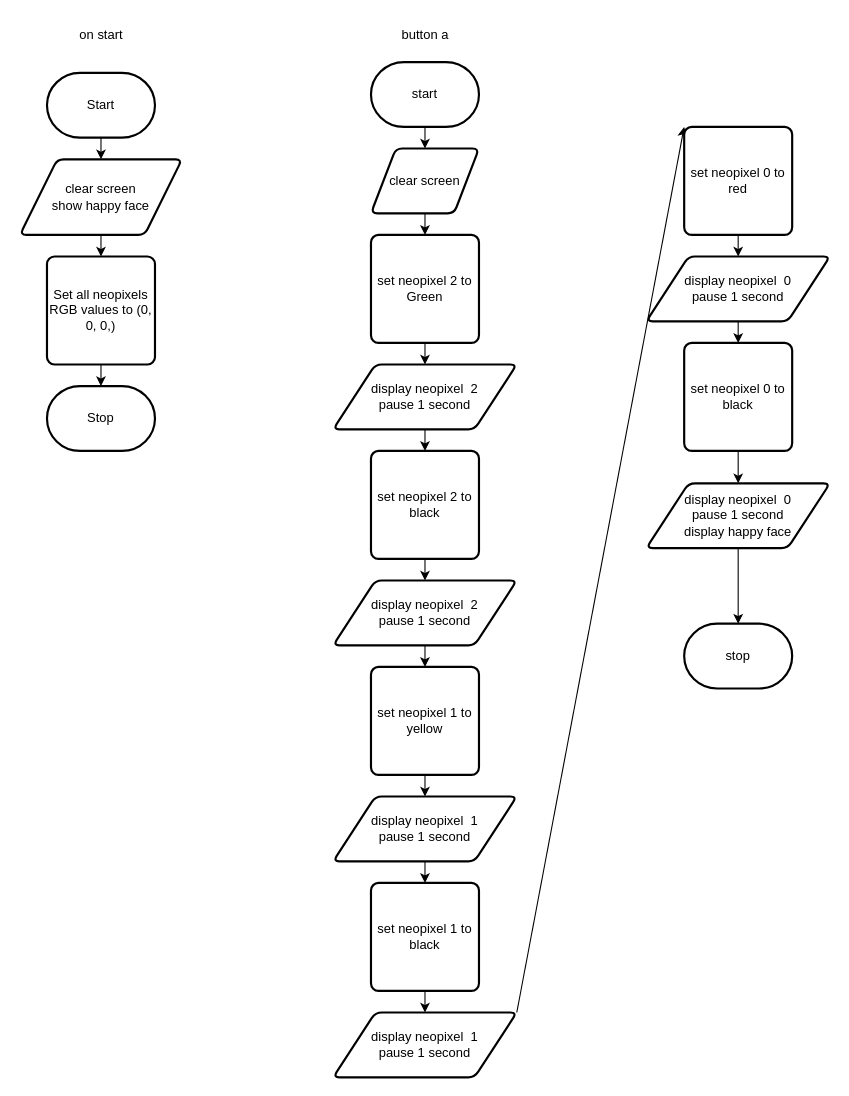
Before: design/flowchart.drawio in MTHS-TEJ2O-1-2023/TEJ2O-Unit-5-05-michael-bruneau, a draw.io diagram. Source tidied: cells renumbered, new cells numbered last; positions are measured from the earlier drawing's top-left corner, leaving out a move shared by most shapes. Both pictures are drawn from the tidied source at 108%, with x=0, y=0 at pixel (19, 18).
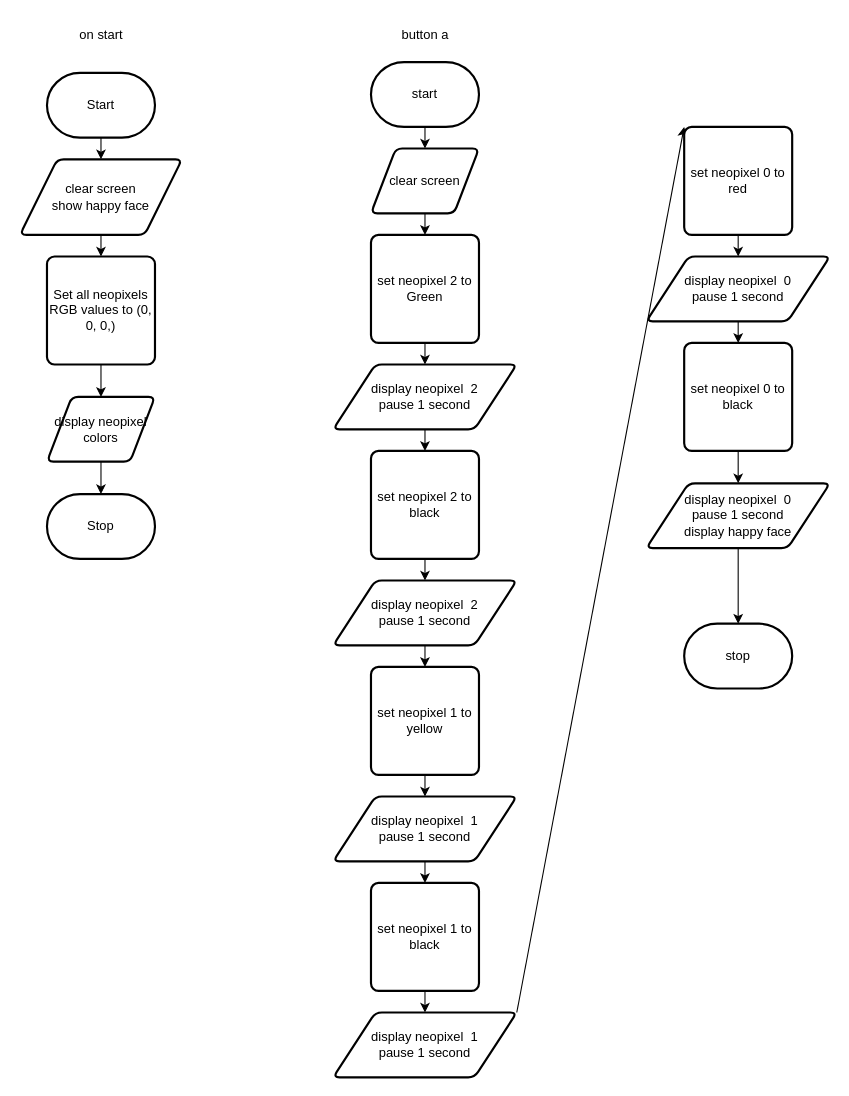
The same page after the edit.

The change refers to these unchanged cells:
```xml
<mxCell id="9" value="Set all neopixels RGB values to (0, 0, 0,)" style="rounded=1;whiteSpace=wrap;html=1;absoluteArcSize=1;arcSize=14;strokeWidth=2;" parent="1" vertex="1">
  <mxGeometry x="25" y="220" width="100" height="100" as="geometry" />
</mxCell>
```

Diff of the diagram source:
```diff
@@
     <mxCell id="4" value="Stop" style="strokeWidth=2;html=1;shape=mxgraph.flowchart.terminator;whiteSpace=wrap;" parent="1" vertex="1">
-      <mxGeometry x="25" y="340" width="100" height="60" as="geometry" />
+      <mxGeometry x="25" y="440" width="100" height="60" as="geometry" />
     </mxCell>
@@
-    <mxCell id="8" style="edgeStyle=none;html=1;exitX=0.5;exitY=1;exitDx=0;exitDy=0;" parent="1" edge="1" source="9" target="4">
-      <mxGeometry relative="1" as="geometry" />
-    </mxCell>
+    <mxCell id="40" style="edgeStyle=none;html=1;exitX=0.5;exitY=1;exitDx=0;exitDy=0;" parent="1" edge="1" source="9" target="42">
+      <mxGeometry relative="1" as="geometry" />
+    </mxCell>
@@
+    <mxCell id="41" style="edgeStyle=none;html=1;exitX=0.5;exitY=1;exitDx=0;exitDy=0;" parent="1" edge="1" source="42" target="4">
+      <mxGeometry relative="1" as="geometry" />
+    </mxCell>
+    <mxCell id="42" value="display neopixel colors" style="shape=parallelogram;html=1;strokeWidth=2;perimeter=parallelogramPerimeter;whiteSpace=wrap;rounded=1;arcSize=12;size=0.23;" parent="1" vertex="1">
+      <mxGeometry x="25" y="350" width="100" height="60" as="geometry" />
+    </mxCell>
```
